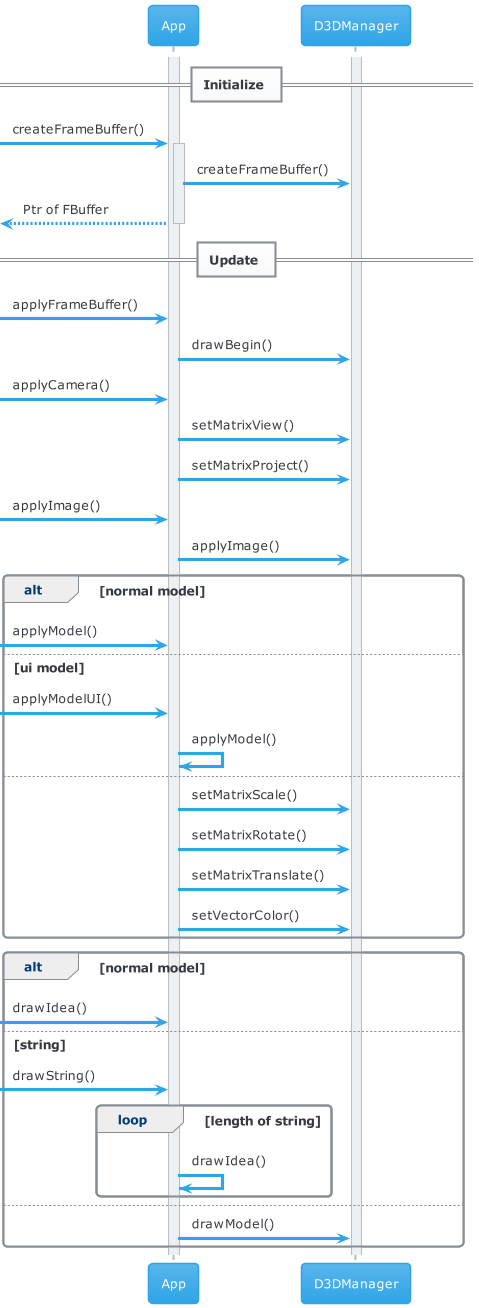
Before: uml/drawing.png, a diagram exported from PlantUML (Tengu712/th_abp). Source of this version:
```plantuml
@startuml
!theme cerulean
== Initialize ==
Activate App
Activate D3DManager
[->App: createFrameBuffer()
Activate App
App->D3DManager: createFrameBuffer()
App-->[: Ptr of FBuffer
Deactivate App
== Update ==
[->App: applyFrameBuffer()
App->D3DManager: drawBegin()
[->App: applyCamera()
App->D3DManager: setMatrixView()
App->D3DManager: setMatrixProject()
[->App: applyImage()
App->D3DManager: applyImage()
alt normal model
  [->App: applyModel()
else ui model
  [->App: applyModelUI()
  App->App: applyModel()
else
  App->D3DManager: setMatrixScale()
  App->D3DManager: setMatrixRotate()
  App->D3DManager: setMatrixTranslate()
  App->D3DManager: setVectorColor()
end
alt normal model
  [->App: drawIdea()
else string
  [->App: drawString()
  loop length of string
    App->App: drawIdea()
  end
else
  App->D3DManager: drawModel()
end
@enduml
```
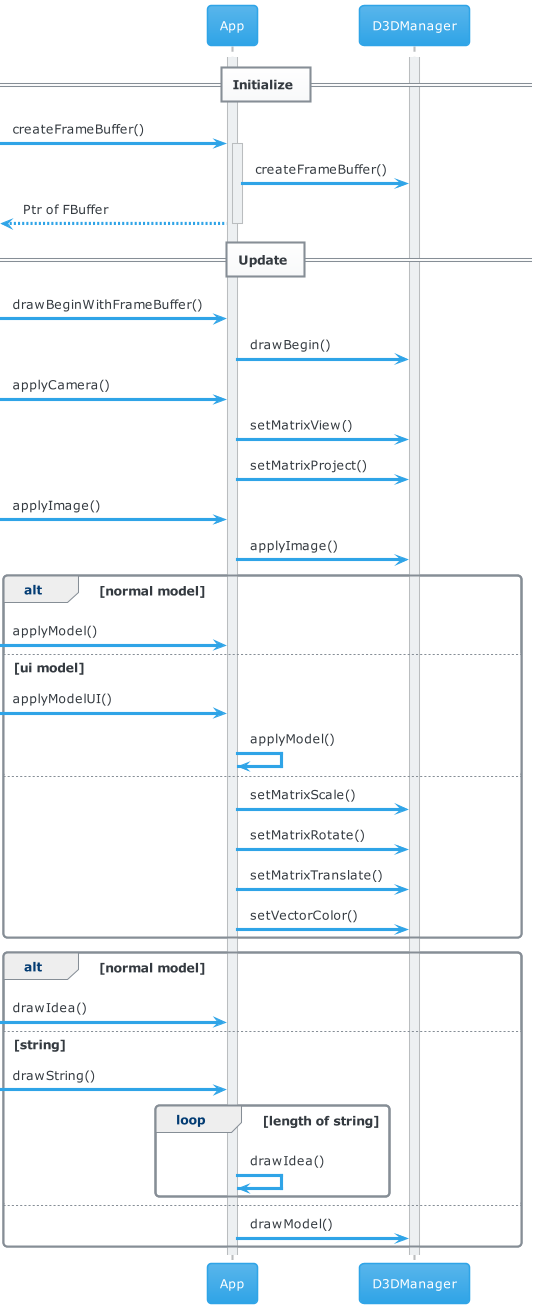
Above is the later version.

What changed in the source:
```diff
@@ -9,7 +9,7 @@
 App-->[: Ptr of FBuffer
 Deactivate App
 == Update ==
-[->App: applyFrameBuffer()
+[->App: drawBeginWithFrameBuffer()
 App->D3DManager: drawBegin()
 [->App: applyCamera()
 App->D3DManager: setMatrixView()
```
